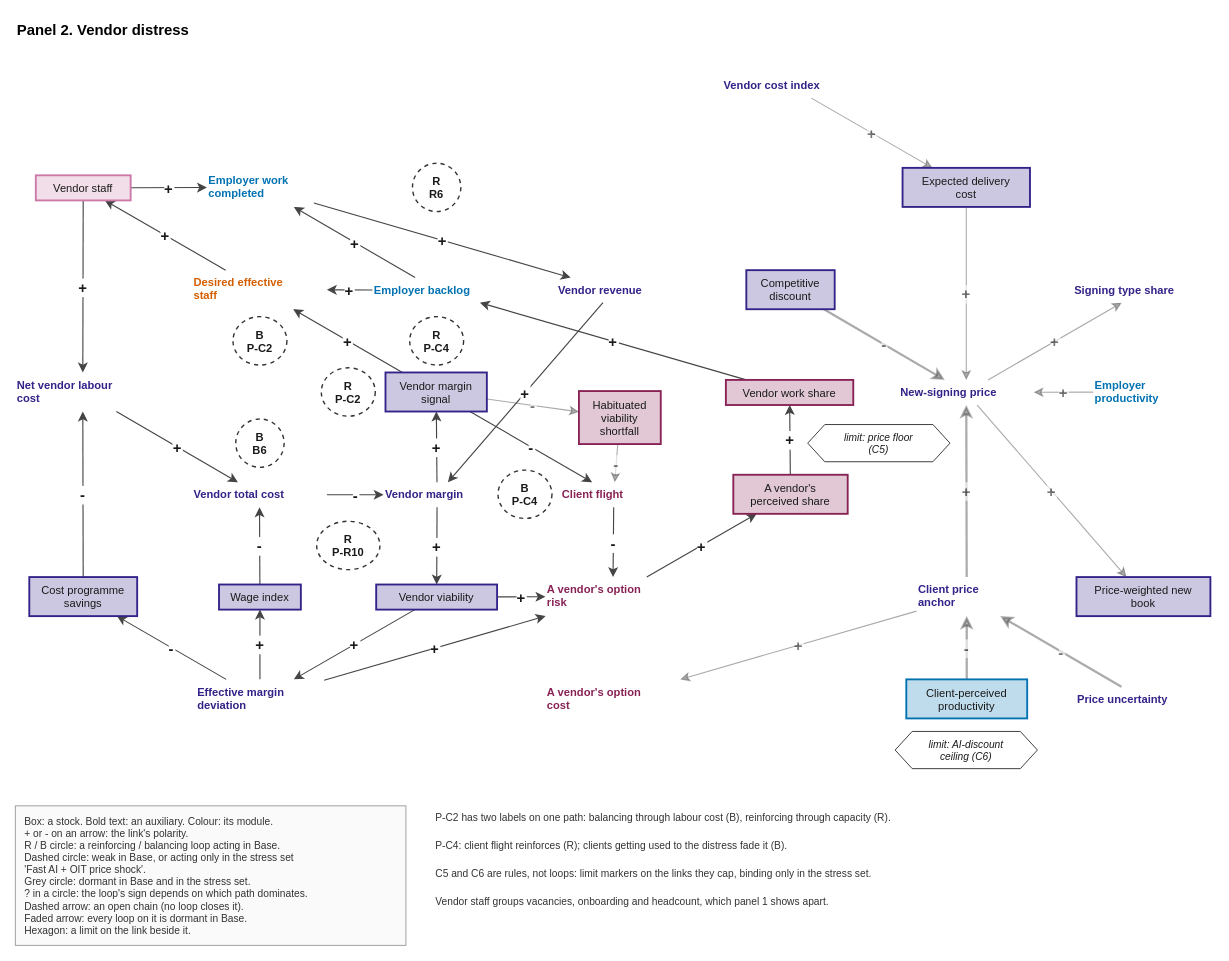
stravoris-tech/ai-it-labour-sim keeps this draw.io diagram as docs/model/diagrams/panel-distress.drawio. Above is the earlier version. Source tidied: cells renumbered, new cells numbered last; positions are measured from the earlier drawing's top-left corner, leaving out a move shared by most shapes. Both pictures are drawn from the tidied source at 93%, with x=0, y=0 at pixel (15, 15).
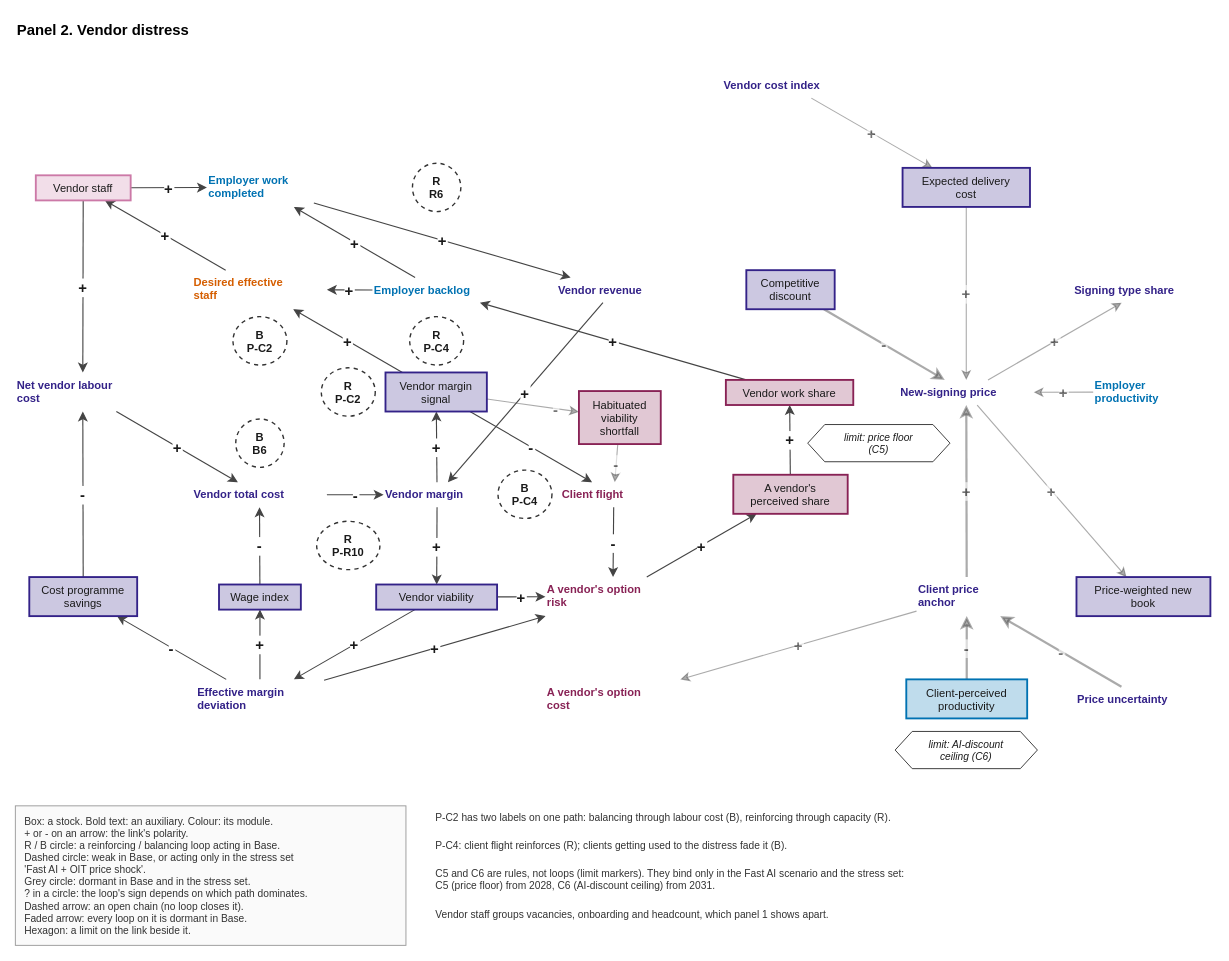
The same page after the edit.

Unchanged cells that the change refers to:
```xml
<mxCell id="39" value="Habituated&#10;viability&#10;shortfall" style="html=0;fontFamily=Helvetica;fontSize=12;rounded=0;fillColor=#E1C8D4;strokeColor=#882255;strokeWidth=2;fontColor=#1A1A1A;" parent="1" vertex="1">
  <mxGeometry x="606" y="404" width="88" height="57" as="geometry" />
</mxCell>
<mxCell id="62" value="Vendor margin&#10;signal" style="html=0;fontFamily=Helvetica;fontSize=12;rounded=0;fillColor=#CCC8E1;strokeColor=#332288;strokeWidth=2;fontColor=#1A1A1A;" parent="1" vertex="1">
  <mxGeometry x="398" y="384" width="109" height="42" as="geometry" />
</mxCell>
```

What changed in the source:
```diff
@@
     <mxCell id="29" value="-" style="html=0;endArrow=classic;endSize=7;rounded=0;strokeColor=#444444;strokeWidth=1.2;fontFamily=Helvetica;fontSize=16;fontStyle=1;fontColor=#1A1A1A;labelBackgroundColor=#FFFFFF;opacity=45;textOpacity=60;" parent="1" edge="1" source="62" target="39">
-      <mxGeometry relative="1" as="geometry" />
+      <mxGeometry x="0.5" relative="1" as="geometry" />
     </mxCell>
@@
-    <mxCell id="80" value="C5 and C6 are rules, not loops: limit markers on the links they cap, binding only in the stress set." style="html=0;fontFamily=Helvetica;fontSize=12;text;align=left;verticalAlign=top;fontSize=11;strokeColor=none;fillColor=none;fontColor=#333333;" parent="1" vertex="1">
-      <mxGeometry x="450" y="910" width="656" height="26" as="geometry" />
+    <mxCell id="80" value="C5 and C6 are rules, not loops (limit markers). They bind only in the Fast AI scenario and the stress set:&#10;C5 (price floor) from 2028, C6 (AI-discount ceiling) from 2031." style="html=0;fontFamily=Helvetica;fontSize=12;text;align=left;verticalAlign=top;fontSize=11;strokeColor=none;fillColor=none;fontColor=#333333;" parent="1" vertex="1">
+      <mxGeometry x="450" y="910" width="695" height="40" as="geometry" />
     </mxCell>
     <mxCell id="81" value="Vendor staff groups vacancies, onboarding and headcount, which panel 1 shows apart." style="html=0;fontFamily=Helvetica;fontSize=12;text;align=left;verticalAlign=top;fontSize=11;strokeColor=none;fillColor=none;fontColor=#333333;" parent="1" vertex="1">
-      <mxGeometry x="450" y="940" width="548" height="26" as="geometry" />
+      <mxGeometry x="450" y="954" width="548" height="26" as="geometry" />
     </mxCell>
```
